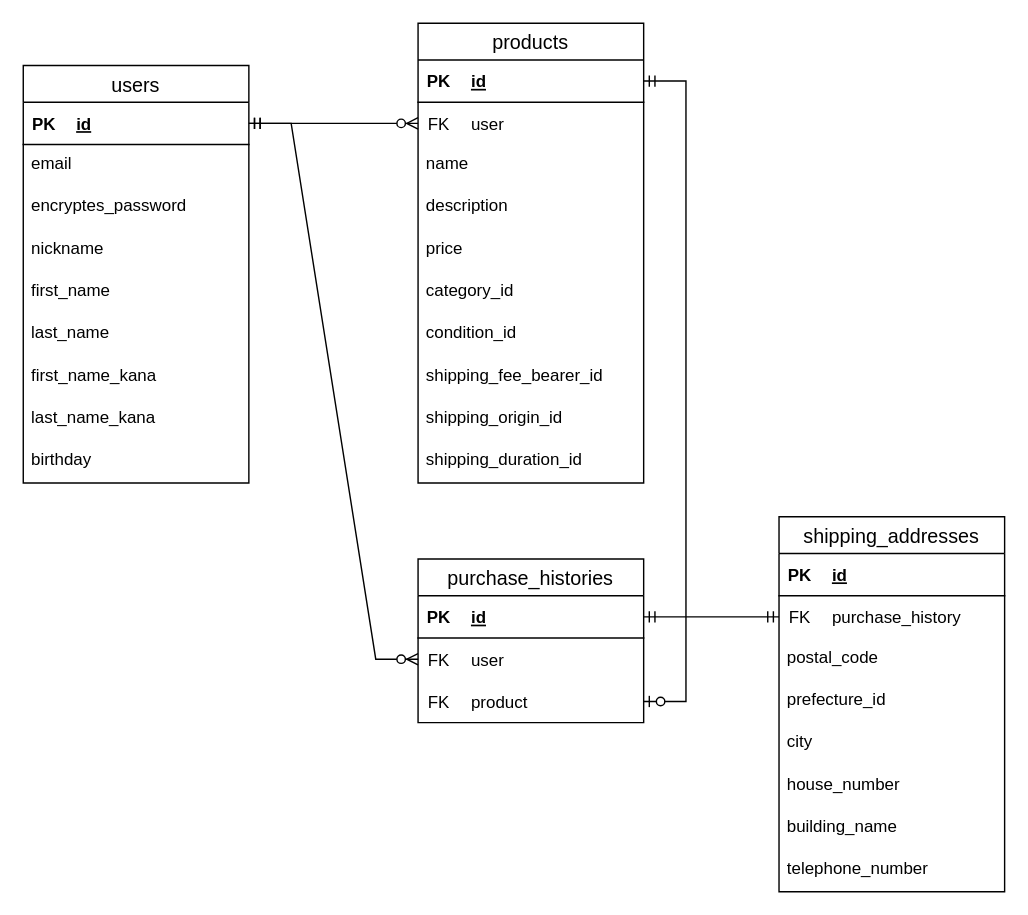
This is db-configuration.dio from tsubi-kaiju/furima-39378, a draw.io file, before an edit. Source tidied: cells renumbered, new cells numbered last; positions are measured from the earlier drawing's top-left corner, leaving out a move shared by most shapes. Both pictures are drawn from the tidied source at 141%, with x=0, y=0 at pixel (23, 23).
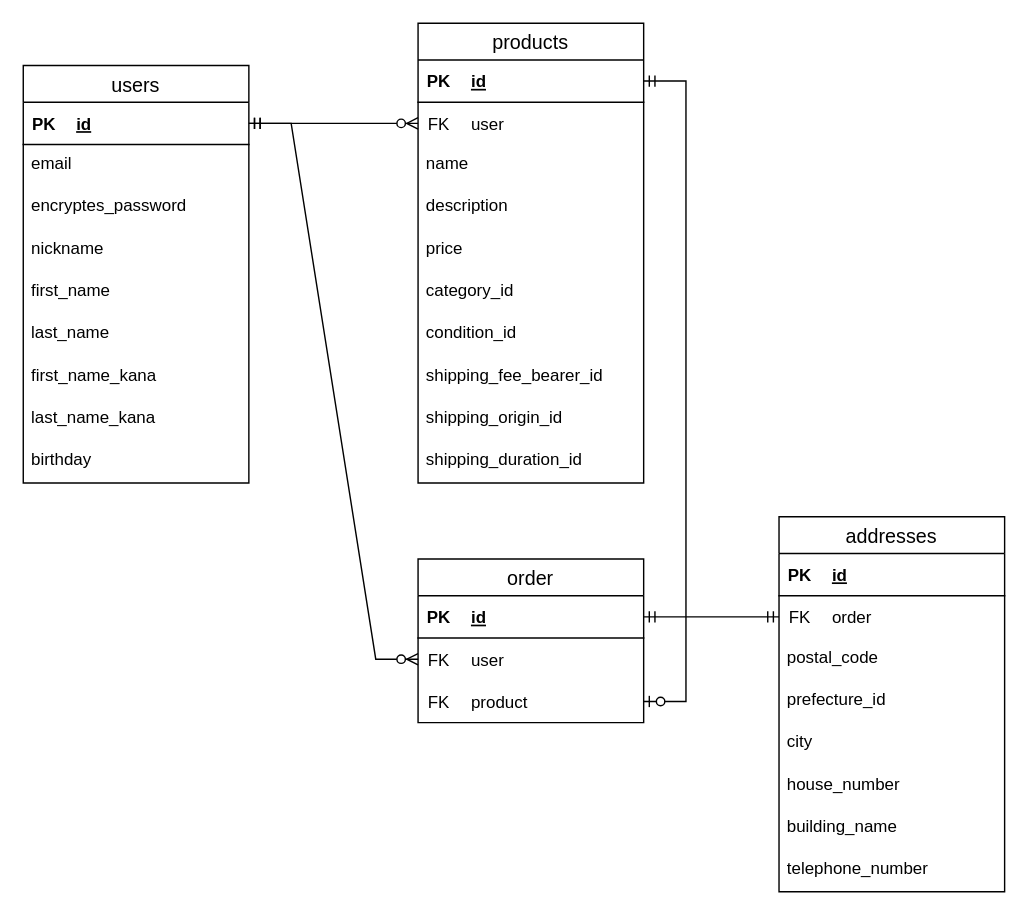
Above is the later version.

The change refers to these unchanged cells:
```xml
<mxCell id="31" style="shape=tableRow;horizontal=0;startSize=0;swimlaneHead=0;swimlaneBody=0;fillColor=none;points=[[0,0.5],[1,0.5]];portConstraint=eastwest;top=0;left=0;right=0;bottom=0;" parent="27" vertex="1">
  <mxGeometry y="30" width="160" height="30" as="geometry" />
</mxCell>
```

The edit, as a diff of the source:
```diff
@@
-    <mxCell id="15" value="purchase_histories" style="swimlane;fontStyle=0;horizontal=1;startSize=26;align=center;fontSize=14;" parent="1" vertex="1">
+    <mxCell id="15" value="order" style="swimlane;fontStyle=0;horizontal=1;startSize=26;align=center;fontSize=14;" parent="1" vertex="1">
       <mxGeometry x="280" y="380" width="160" height="116" as="geometry" />
     </mxCell>
@@
-    <mxCell id="26" value="shipping_addresses" style="swimlane;fontStyle=0;horizontal=1;startSize=26;align=center;fontSize=14;" parent="1" vertex="1">
+    <mxCell id="26" value="addresses" style="swimlane;fontStyle=0;horizontal=1;startSize=26;align=center;fontSize=14;" parent="1" vertex="1">
       <mxGeometry x="536" y="350" width="160" height="266" as="geometry" />
     </mxCell>
@@
-    <mxCell id="33" value="purchase_history" style="shape=partialRectangle;fillColor=none;top=0;left=0;bottom=0;right=0;align=left;spacingLeft=6;fontStyle=0;overflow=hidden;" parent="31" vertex="1">
+    <mxCell id="33" value="order" style="shape=partialRectangle;fillColor=none;top=0;left=0;bottom=0;right=0;align=left;spacingLeft=6;fontStyle=0;overflow=hidden;" parent="31" vertex="1">
       <mxGeometry x="30" width="130" height="30" as="geometry" />
     </mxCell>
```
